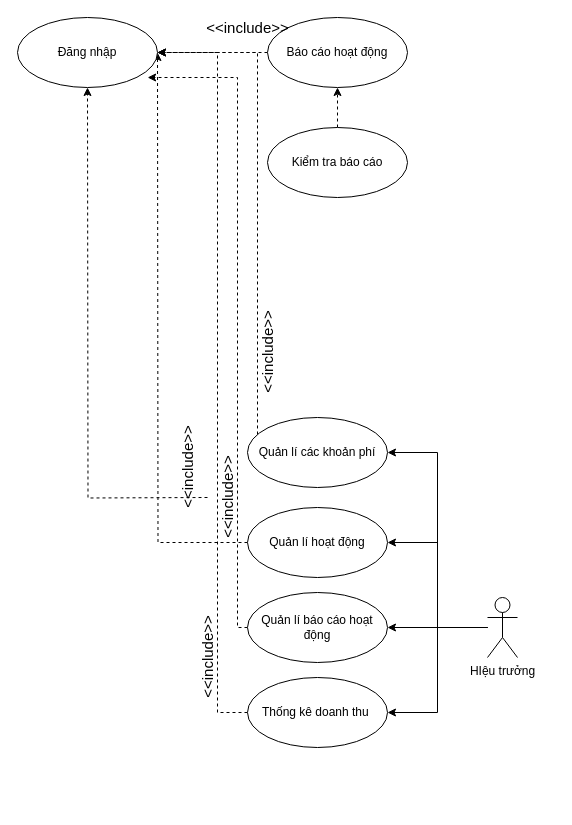
Earlier version of the draw.io diagram page "Page-2" (2 of 2) of doc/usecase/mamnonusecase.drawio (tuankiet64-cntt/quanlitruongmamnon). Source tidied: cells renumbered, new cells numbered last; positions are measured from the earlier drawing's top-left corner, leaving out a move shared by most shapes. Both pictures are drawn from the tidied source at 100%, with x=0, y=0 at pixel (17, 17).
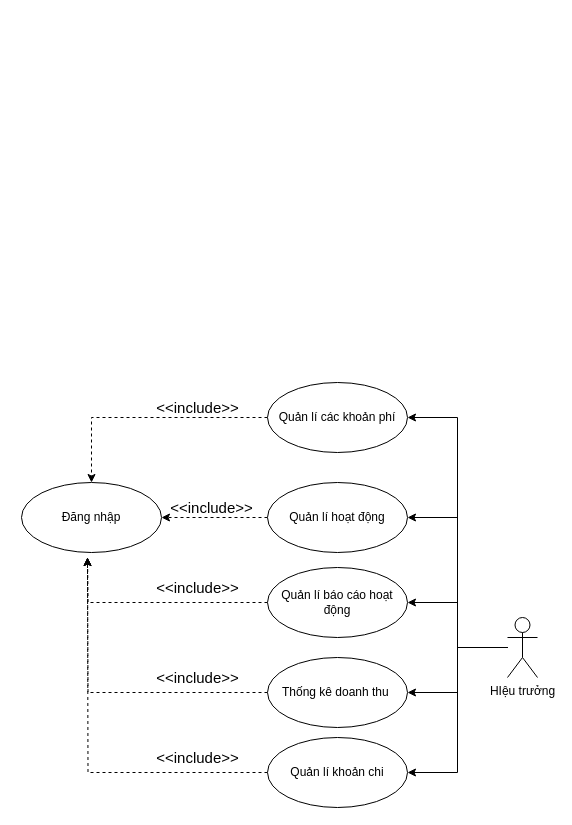
Above is the later version.

Diff of the diagram source:
```diff
@@
-    <mxCell id="2" style="edgeStyle=orthogonalEdgeStyle;rounded=0;jettySize=auto;html=1;dashed=1;fontSize=15;" parent="1" edge="1" source="3">
-      <mxGeometry relative="1" as="geometry">
-        <mxPoint x="140" y="35" as="targetPoint" />
-      </mxGeometry>
-    </mxCell>
-    <mxCell id="3" value="Báo cáo hoạt động" style="ellipse;whiteSpace=wrap;html=1;" parent="1" vertex="1">
-      <mxGeometry x="250" width="140" height="70" as="geometry" />
-    </mxCell>
-    <mxCell id="4" style="edgeStyle=orthogonalEdgeStyle;rounded=0;jettySize=auto;html=1;entryX=0.5;entryY=1;entryDx=0;entryDy=0;dashed=1;fontSize=15;" parent="1" edge="1" source="5" target="3">
-      <mxGeometry relative="1" as="geometry" />
-    </mxCell>
-    <mxCell id="5" value="Kiểm tra báo cáo" style="ellipse;whiteSpace=wrap;html=1;" parent="1" vertex="1">
-      <mxGeometry x="250" y="110" width="140" height="70" as="geometry" />
-    </mxCell>
-    <mxCell id="6" value="&amp;lt;&amp;lt;include&amp;gt;&amp;gt;" style="text;html=1;align=center;verticalAlign=middle;fontSize=15;rounded=0;" parent="1" vertex="1">
-      <mxGeometry x="180" width="100" height="20" as="geometry" />
-    </mxCell>
+    <mxCell id="24" value="Đăng nhập" style="ellipse;whiteSpace=wrap;html=1;" parent="1" vertex="1">
+      <mxGeometry x="4" y="465" width="140" height="70" as="geometry" />
+    </mxCell>
@@
+    <mxCell id="10" style="edgeStyle=orthogonalEdgeStyle;rounded=0;jettySize=auto;html=1;entryX=1;entryY=0.5;entryDx=0;entryDy=0;fontSize=13;" parent="1" edge="1" source="11" target="25">
+      <mxGeometry relative="1" as="geometry" />
+    </mxCell>
@@
-    <mxCell id="10" style="edgeStyle=orthogonalEdgeStyle;rounded=0;jettySize=auto;html=1;entryX=1;entryY=0.5;entryDx=0;entryDy=0;fontSize=13;" parent="1" edge="1" source="11" target="25">
-      <mxGeometry relative="1" as="geometry" />
-    </mxCell>
+    <mxCell id="26" style="edgeStyle=orthogonalEdgeStyle;rounded=0;jettySize=auto;html=1;entryX=1;entryY=0.5;entryDx=0;entryDy=0;" parent="1" edge="1" source="11" target="33">
+      <mxGeometry relative="1" as="geometry" />
+    </mxCell>
     <mxCell id="11" value="HIệu trưởng" style="shape=umlActor;verticalLabelPosition=bottom;verticalAlign=top;html=1;outlineConnect=0;" parent="1" vertex="1">
-      <mxGeometry x="470" y="580" width="30" height="60" as="geometry" />
+      <mxGeometry x="490" y="600" width="30" height="60" as="geometry" />
     </mxCell>
-    <mxCell id="12" style="edgeStyle=orthogonalEdgeStyle;rounded=0;jettySize=auto;html=1;entryX=1;entryY=0.5;entryDx=0;entryDy=0;fontSize=13;dashed=1;" parent="1" edge="1" source="13">
-      <mxGeometry relative="1" as="geometry">
-        <mxPoint x="140" y="35" as="targetPoint" />
-      </mxGeometry>
-    </mxCell>
+    <mxCell id="27" style="edgeStyle=orthogonalEdgeStyle;rounded=0;jettySize=auto;html=1;dashed=1;" parent="1" edge="1" source="13" target="24">
+      <mxGeometry relative="1" as="geometry" />
+    </mxCell>
     <mxCell id="13" value="Quản lí hoạt động" style="ellipse;whiteSpace=wrap;html=1;" parent="1" vertex="1">
-      <mxGeometry x="230" y="490" width="140" height="70" as="geometry" />
+      <mxGeometry x="250" y="465" width="140" height="70" as="geometry" />
     </mxCell>
-    <mxCell id="14" style="edgeStyle=orthogonalEdgeStyle;rounded=0;jettySize=auto;html=1;entryX=0.929;entryY=0.857;entryDx=0;entryDy=0;entryPerimeter=0;fontSize=13;dashed=1;" parent="1" edge="1" source="15">
-      <mxGeometry relative="1" as="geometry">
-        <mxPoint x="130.1" y="60" as="targetPoint" />
-        <Array as="points">
-          <mxPoint x="220" y="610" />
-          <mxPoint x="220" y="60" />
-        </Array>
-      </mxGeometry>
-    </mxCell>
+    <mxCell id="28" style="edgeStyle=orthogonalEdgeStyle;rounded=0;jettySize=auto;html=1;dashed=1;" parent="1" edge="1" source="15">
+      <mxGeometry relative="1" as="geometry">
+        <mxPoint x="70" y="540" as="targetPoint" />
+      </mxGeometry>
+    </mxCell>
     <mxCell id="15" value="Quản lí báo cáo hoạt động" style="ellipse;whiteSpace=wrap;html=1;" parent="1" vertex="1">
-      <mxGeometry x="230" y="575" width="140" height="70" as="geometry" />
+      <mxGeometry x="250" y="550" width="140" height="70" as="geometry" />
     </mxCell>
-    <mxCell id="16" style="edgeStyle=orthogonalEdgeStyle;rounded=0;orthogonalLoop=1;jettySize=auto;html=1;fontSize=13;dashed=1;" parent="1" edge="1">
-      <mxGeometry relative="1" as="geometry">
-        <mxPoint x="190" y="480" as="sourcePoint" />
-        <mxPoint x="70" y="70" as="targetPoint" />
-      </mxGeometry>
-    </mxCell>
-    <mxCell id="17" style="edgeStyle=orthogonalEdgeStyle;rounded=0;orthogonalLoop=1;jettySize=auto;html=1;dashed=1;fontSize=13;" parent="1" edge="1">
-      <mxGeometry relative="1" as="geometry">
-        <mxPoint x="230" y="695" as="sourcePoint" />
-        <mxPoint x="140" y="35" as="targetPoint" />
-        <Array as="points">
-          <mxPoint x="200" y="695" />
-          <mxPoint x="200" y="35" />
-        </Array>
-      </mxGeometry>
-    </mxCell>
-    <mxCell id="18" value="&amp;lt;&amp;lt;include&amp;gt;&amp;gt;" style="text;html=1;align=center;verticalAlign=middle;fontSize=15;rotation=270;" parent="1" vertex="1">
-      <mxGeometry x="140" y="630" width="100" height="20" as="geometry" />
-    </mxCell>
-    <mxCell id="19" value="&amp;lt;&amp;lt;include&amp;gt;&amp;gt;" style="text;html=1;align=center;verticalAlign=middle;fontSize=15;rotation=270;" parent="1" vertex="1">
-      <mxGeometry x="120" y="440" width="100" height="20" as="geometry" />
-    </mxCell>
-    <mxCell id="20" style="edgeStyle=orthogonalEdgeStyle;rounded=0;jettySize=auto;html=1;dashed=1;fontSize=13;" parent="1" edge="1" source="21">
-      <mxGeometry relative="1" as="geometry">
-        <mxPoint x="140" y="35" as="targetPoint" />
-        <Array as="points">
-          <mxPoint x="240" y="35" />
-        </Array>
-      </mxGeometry>
-    </mxCell>
+    <mxCell id="29" style="edgeStyle=orthogonalEdgeStyle;rounded=0;jettySize=auto;html=1;dashed=1;" parent="1" edge="1" source="25">
+      <mxGeometry relative="1" as="geometry">
+        <mxPoint x="70" y="540" as="targetPoint" />
+      </mxGeometry>
+    </mxCell>
+    <mxCell id="25" value="Thống kê doanh thu&amp;nbsp;" style="ellipse;whiteSpace=wrap;html=1;" parent="1" vertex="1">
+      <mxGeometry x="250" y="640" width="140" height="70" as="geometry" />
+    </mxCell>
+    <mxCell id="30" style="edgeStyle=orthogonalEdgeStyle;rounded=0;jettySize=auto;html=1;dashed=1;" parent="1" edge="1" source="21" target="24">
+      <mxGeometry relative="1" as="geometry" />
+    </mxCell>
     <mxCell id="21" value="Quản lí các khoản phí" style="ellipse;whiteSpace=wrap;html=1;" parent="1" vertex="1">
-      <mxGeometry x="230" y="400" width="140" height="70" as="geometry" />
+      <mxGeometry x="250" y="365" width="140" height="70" as="geometry" />
     </mxCell>
-    <mxCell id="22" value="&amp;lt;&amp;lt;include&amp;gt;&amp;gt;" style="text;html=1;align=center;verticalAlign=middle;fontSize=15;rotation=270;" parent="1" vertex="1">
-      <mxGeometry x="160" y="470" width="100" height="20" as="geometry" />
-    </mxCell>
-    <mxCell id="23" value="&amp;lt;&amp;lt;include&amp;gt;&amp;gt;" style="text;html=1;align=center;verticalAlign=middle;fontSize=15;rotation=270;" parent="1" vertex="1">
-      <mxGeometry x="200" y="325" width="100" height="20" as="geometry" />
-    </mxCell>
-    <mxCell id="24" value="Đăng nhập" style="ellipse;whiteSpace=wrap;html=1;" parent="1" vertex="1">
-      <mxGeometry width="140" height="70" as="geometry" />
-    </mxCell>
-    <mxCell id="25" value="Thống kê doanh thu&amp;nbsp;" style="ellipse;whiteSpace=wrap;html=1;" parent="1" vertex="1">
-      <mxGeometry x="230" y="660" width="140" height="70" as="geometry" />
-    </mxCell>
+    <mxCell id="31" value="&amp;lt;&amp;lt;include&amp;gt;&amp;gt;" style="text;html=1;align=center;verticalAlign=middle;fontSize=15;rotation=0;" parent="1" vertex="1">
+      <mxGeometry x="130" y="650" width="100" height="20" as="geometry" />
+    </mxCell>
+    <mxCell id="32" style="edgeStyle=orthogonalEdgeStyle;rounded=0;jettySize=auto;html=1;dashed=1;" parent="1" edge="1" source="33">
+      <mxGeometry relative="1" as="geometry">
+        <mxPoint x="70" y="540" as="targetPoint" />
+      </mxGeometry>
+    </mxCell>
+    <mxCell id="33" value="Quản lí khoản chi" style="ellipse;whiteSpace=wrap;html=1;" parent="1" vertex="1">
+      <mxGeometry x="250" y="720" width="140" height="70" as="geometry" />
+    </mxCell>
+    <mxCell id="34" value="&amp;lt;&amp;lt;include&amp;gt;&amp;gt;" style="text;html=1;align=center;verticalAlign=middle;fontSize=15;rotation=0;" parent="1" vertex="1">
+      <mxGeometry x="130" y="560" width="100" height="20" as="geometry" />
+    </mxCell>
+    <mxCell id="35" value="&amp;lt;&amp;lt;include&amp;gt;&amp;gt;" style="text;html=1;align=center;verticalAlign=middle;fontSize=15;rotation=0;" parent="1" vertex="1">
+      <mxGeometry x="144" y="480" width="100" height="20" as="geometry" />
+    </mxCell>
+    <mxCell id="36" value="&amp;lt;&amp;lt;include&amp;gt;&amp;gt;" style="text;html=1;align=center;verticalAlign=middle;fontSize=15;rotation=0;" parent="1" vertex="1">
+      <mxGeometry x="130" y="380" width="100" height="20" as="geometry" />
+    </mxCell>
+    <mxCell id="37" value="&amp;lt;&amp;lt;include&amp;gt;&amp;gt;" style="text;html=1;align=center;verticalAlign=middle;fontSize=15;rotation=0;" parent="1" vertex="1">
+      <mxGeometry x="130" y="730" width="100" height="20" as="geometry" />
+    </mxCell>
```
